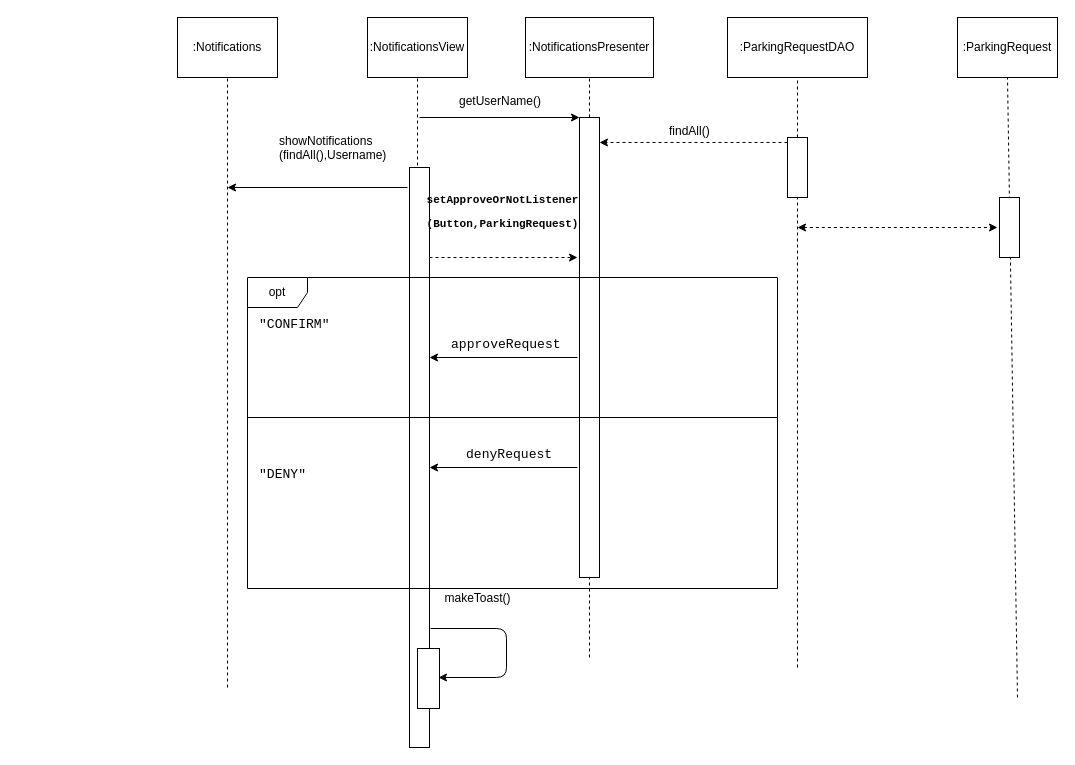
ntinouldinho/Parking-App keeps this draw.io diagram as R4_Diagrams/Sequence Diagrams/ParkingRequestNotifSD.drawio. Above is the earlier version. Source tidied: cells renumbered, new cells numbered last; positions are measured from the earlier drawing's top-left corner, leaving out a move shared by most shapes. Both pictures are drawn from the tidied source at 100%, with x=0, y=0 at pixel (177, 17).
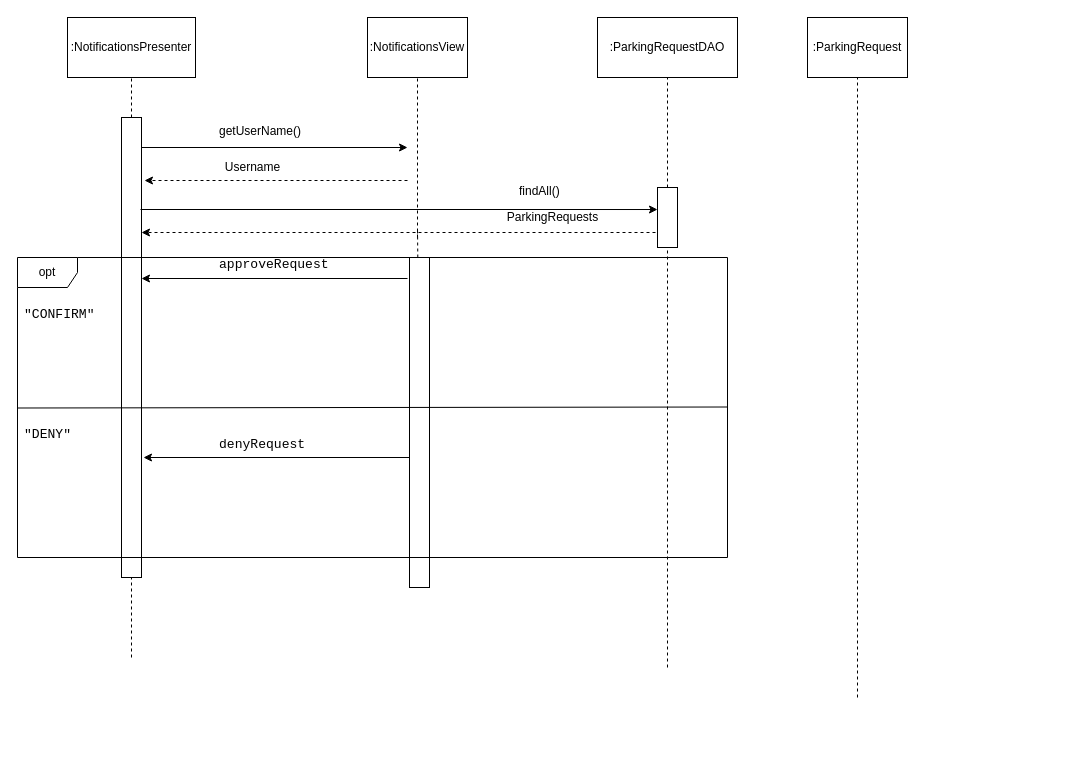
After the change.

Diff of the diagram source:
```diff
@@
-    <mxCell id="2" value=":Notifications" style="rounded=0;whiteSpace=wrap;html=1;" parent="1" vertex="1">
-      <mxGeometry width="100" height="60" as="geometry" />
-    </mxCell>
-    <mxCell id="3" style="endArrow=none;dashed=1;html=1;entryX=0.5;entryY=1;entryDx=0;entryDy=0;" parent="1" edge="1" target="2">
-      <mxGeometry relative="1" as="geometry">
-        <mxPoint x="50" y="670" as="sourcePoint" />
-      </mxGeometry>
-    </mxCell>
     <mxCell id="4" value=":NotificationsPresenter" style="rounded=0;whiteSpace=wrap;html=1;" parent="1" vertex="1">
-      <mxGeometry x="348" width="128" height="60" as="geometry" />
+      <mxGeometry x="-110" width="128" height="60" as="geometry" />
     </mxCell>
@@
     <mxCell id="8" value="getUserName()" style="text;html=1;" parent="1" vertex="1">
-      <mxGeometry x="280" y="70" width="110" height="30" as="geometry" />
+      <mxGeometry x="40" y="100" width="110" height="30" as="geometry" />
     </mxCell>
-    <mxCell id="9" style="endArrow=classic;html=1;dashed=1;" parent="1" edge="1">
-      <mxGeometry relative="1" as="geometry">
-        <mxPoint x="622" y="125" as="sourcePoint" />
-        <mxPoint x="422" y="125" as="targetPoint" />
-      </mxGeometry>
-    </mxCell>
-    <mxCell id="10" value="findAll()" style="text;html=1;" parent="1" vertex="1">
-      <mxGeometry x="490" y="100" width="40" height="30" as="geometry" />
-    </mxCell>
     <mxCell id="11" style="rounded=0;whiteSpace=wrap;html=1;" parent="1" vertex="1">
-      <mxGeometry x="402" y="100" width="20" height="460" as="geometry" />
+      <mxGeometry x="-56" y="100" width="20" height="460" as="geometry" />
     </mxCell>
     <mxCell id="12" style="endArrow=none;dashed=1;html=1;entryX=0.5;entryY=1;entryDx=0;entryDy=0;" parent="1" edge="1" target="11">
       <mxGeometry relative="1" as="geometry">
-        <mxPoint x="412" y="640" as="sourcePoint" />
+        <mxPoint x="-46" y="640" as="sourcePoint" />
       </mxGeometry>
     </mxCell>
@@
     <mxCell id="14" value=":ParkingRequest" style="rounded=0;whiteSpace=wrap;html=1;" parent="1" vertex="1">
-      <mxGeometry x="780" width="100" height="60" as="geometry" />
+      <mxGeometry x="630" width="100" height="60" as="geometry" />
     </mxCell>
     <mxCell id="15" style="endArrow=none;dashed=1;html=1;entryX=0.5;entryY=1;entryDx=0;entryDy=0;" parent="1" edge="1" target="14">
       <mxGeometry relative="1" as="geometry">
-        <mxPoint x="840" y="680" as="sourcePoint" />
+        <mxPoint x="680" y="680" as="sourcePoint" />
       </mxGeometry>
     </mxCell>
     <mxCell id="16" value=":ParkingRequestDAO" style="rounded=0;whiteSpace=wrap;html=1;" parent="1" vertex="1">
-      <mxGeometry x="550" width="140" height="60" as="geometry" />
+      <mxGeometry x="420" width="140" height="60" as="geometry" />
     </mxCell>
@@
-    <mxCell id="18" style="endArrow=classic;startArrow=classic;html=1;dashed=1;" parent="1" edge="1">
-      <mxGeometry relative="1" as="geometry">
-        <mxPoint x="620" y="210" as="sourcePoint" />
-        <mxPoint x="820" y="210" as="targetPoint" />
-      </mxGeometry>
-    </mxCell>
-    <mxCell id="19" value="showNotifications&lt;br&gt;(findAll(),Username)" style="text;html=1;" parent="1" vertex="1">
-      <mxGeometry x="100" y="110" width="110" height="30" as="geometry" />
-    </mxCell>
     <mxCell id="20" style="rounded=0;whiteSpace=wrap;html=1;" parent="1" vertex="1">
-      <mxGeometry x="610" y="120" width="20" height="60" as="geometry" />
+      <mxGeometry x="480" y="170" width="20" height="60" as="geometry" />
     </mxCell>
     <mxCell id="21" style="endArrow=none;dashed=1;html=1;entryX=0.5;entryY=1;entryDx=0;entryDy=0;" parent="1" edge="1" target="20">
       <mxGeometry relative="1" as="geometry">
-        <mxPoint x="620" y="650" as="sourcePoint" />
+        <mxPoint x="490" y="650" as="sourcePoint" />
       </mxGeometry>
     </mxCell>
-    <mxCell id="22" style="rounded=0;whiteSpace=wrap;html=1;" parent="1" vertex="1">
-      <mxGeometry x="822" y="180" width="20" height="60" as="geometry" />
-    </mxCell>
     <mxCell id="23" style="rounded=0;whiteSpace=wrap;html=1;" parent="1" vertex="1">
-      <mxGeometry x="232" y="150" width="20" height="580" as="geometry" />
+      <mxGeometry x="232" y="240" width="20" height="330" as="geometry" />
     </mxCell>
     <mxCell id="24" value="opt" style="shape=umlFrame;whiteSpace=wrap;html=1;" parent="1" vertex="1">
-      <mxGeometry x="70" y="260" width="530" height="311" as="geometry" />
+      <mxGeometry x="-160" y="240" width="710" height="300" as="geometry" />
     </mxCell>
     <mxCell id="25" style="endArrow=classic;html=1;" parent="1" edge="1">
       <mxGeometry relative="1" as="geometry">
-        <mxPoint x="242" y="100" as="sourcePoint" />
-        <mxPoint x="402" y="100" as="targetPoint" />
+        <mxPoint x="-36" y="130" as="sourcePoint" />
+        <mxPoint x="230" y="130" as="targetPoint" />
       </mxGeometry>
     </mxCell>
-    <mxCell id="26" style="endArrow=classic;html=1;" parent="1" edge="1">
-      <mxGeometry relative="1" as="geometry">
-        <mxPoint x="230" y="170" as="sourcePoint" />
-        <mxPoint x="50" y="170" as="targetPoint" />
-      </mxGeometry>
-    </mxCell>
-    <mxCell id="27" style="endArrow=classic;html=1;dashed=1;" parent="1" edge="1">
-      <mxGeometry relative="1" as="geometry">
-        <mxPoint x="252" y="240" as="sourcePoint" />
-        <mxPoint x="400" y="240" as="targetPoint" />
-      </mxGeometry>
-    </mxCell>
-    <mxCell id="28" value="&lt;pre style=&quot;font-family: &amp;#34;consolas&amp;#34; ; font-size: 9.8pt&quot;&gt;&quot;CONFIRM&quot;&lt;/pre&gt;" style="text;whiteSpace=wrap;html=1;" parent="1" vertex="1">
-      <mxGeometry x="80" y="280" width="90" height="60" as="geometry" />
-    </mxCell>
-    <mxCell id="29" value="&lt;pre style=&quot;font-family: &amp;#34;consolas&amp;#34; ; font-size: 9.8pt&quot;&gt;approveRequest&lt;/pre&gt;" style="text;whiteSpace=wrap;html=1;" parent="1" vertex="1">
-      <mxGeometry x="272" y="300" width="130" height="60" as="geometry" />
-    </mxCell>
-    <mxCell id="30" style="endArrow=classic;html=1;entryX=1;entryY=0.5;entryDx=0;entryDy=0;" parent="1" edge="1">
-      <mxGeometry relative="1" as="geometry">
-        <mxPoint x="253" y="611" as="sourcePoint" />
-        <mxPoint x="261" y="660" as="targetPoint" />
-        <Array as="points">
-          <mxPoint x="329" y="611" />
-          <mxPoint x="329" y="660" />
-        </Array>
-      </mxGeometry>
-    </mxCell>
-    <mxCell id="31" style="rounded=0;whiteSpace=wrap;html=1;" parent="1" vertex="1">
-      <mxGeometry x="240" y="631" width="22" height="60" as="geometry" />
-    </mxCell>
-    <mxCell id="32" value="makeToast()" style="text;html=1;align=center;verticalAlign=middle;" parent="1" vertex="1">
-      <mxGeometry x="260" y="571" width="80" height="20" as="geometry" />
-    </mxCell>
     <mxCell id="33" value="&lt;pre style=&quot;font-family: &amp;#34;consolas&amp;#34; ; font-size: 9.8pt&quot;&gt;&quot;DENY&quot;&lt;/pre&gt;" style="text;whiteSpace=wrap;html=1;" parent="1" vertex="1">
-      <mxGeometry x="80" y="430" width="70" height="60" as="geometry" />
+      <mxGeometry x="-155" y="390" width="70" height="60" as="geometry" />
     </mxCell>
-    <mxCell id="34" style="endArrow=classic;html=1;" parent="1" edge="1">
+    <mxCell id="34" style="endArrow=classic;html=1;dashed=1;entryX=1;entryY=0.25;entryDx=0;entryDy=0;" parent="1" edge="1" target="11">
       <mxGeometry relative="1" as="geometry">
-        <mxPoint x="400" y="340" as="sourcePoint" />
-        <mxPoint x="252" y="340" as="targetPoint" />
+        <mxPoint x="478" y="215" as="sourcePoint" />
       </mxGeometry>
     </mxCell>
-    <mxCell id="35" style="endArrow=classic;html=1;" parent="1" edge="1">
-      <mxGeometry relative="1" as="geometry">
-        <mxPoint x="400" y="450" as="sourcePoint" />
-        <mxPoint x="252" y="450" as="targetPoint" />
-      </mxGeometry>
-    </mxCell>
     <mxCell id="36" value="&lt;pre style=&quot;font-family: &amp;#34;consolas&amp;#34; ; font-size: 9.8pt&quot;&gt;denyRequest&lt;/pre&gt;" style="text;whiteSpace=wrap;html=1;" parent="1" vertex="1">
-      <mxGeometry x="287" y="410" width="100" height="60" as="geometry" />
+      <mxGeometry x="40" y="400" width="100" height="60" as="geometry" />
     </mxCell>
     <mxCell id="37" style="endArrow=none;html=1;" parent="1" edge="1">
       <mxGeometry relative="1" as="geometry">
-        <mxPoint x="70" y="400" as="sourcePoint" />
-        <mxPoint x="600" y="400" as="targetPoint" />
+        <mxPoint x="-160" y="390.5" as="sourcePoint" />
+        <mxPoint x="550" y="389.5" as="targetPoint" />
       </mxGeometry>
     </mxCell>
-    <mxCell id="38" value="&lt;pre style=&quot;text-align: left ; font-family: &amp;#34;consolas&amp;#34; ; font-size: 11px&quot;&gt;&lt;b&gt;&lt;font style=&quot;font-size: 11px&quot;&gt;setApproveOrNotListener&lt;/font&gt;&lt;/b&gt;&lt;/pre&gt;&lt;pre style=&quot;text-align: left ; font-family: &amp;#34;consolas&amp;#34; ; font-size: 11px&quot;&gt;&lt;b&gt;&lt;font style=&quot;font-size: 11px&quot;&gt;(Button,ParkingRequest)&lt;/font&gt;&lt;/b&gt;&lt;/pre&gt;" style="text;html=1;align=center;verticalAlign=middle;" parent="1" vertex="1">
-      <mxGeometry x="250" y="160" width="150" height="70" as="geometry" />
-    </mxCell>
+    <mxCell id="39" style="endArrow=classic;html=1;dashed=1;" parent="1" edge="1">
+      <mxGeometry relative="1" as="geometry">
+        <mxPoint x="230" y="163" as="sourcePoint" />
+        <mxPoint x="-33" y="163" as="targetPoint" />
+      </mxGeometry>
+    </mxCell>
+    <mxCell id="40" style="endArrow=classic;html=1;entryX=0;entryY=0.367;entryDx=0;entryDy=0;entryPerimeter=0;" parent="1" edge="1" target="20">
+      <mxGeometry relative="1" as="geometry">
+        <mxPoint x="-37" y="192" as="sourcePoint" />
+      </mxGeometry>
+    </mxCell>
+    <mxCell id="10" value="findAll()" style="text;html=1;" parent="1" vertex="1">
+      <mxGeometry x="340" y="160" width="40" height="30" as="geometry" />
+    </mxCell>
+    <mxCell id="41" value="Username" style="text;html=1;align=center;verticalAlign=middle;" parent="1" vertex="1">
+      <mxGeometry x="40" y="140" width="70" height="20" as="geometry" />
+    </mxCell>
+    <mxCell id="42" value="ParkingRequests" style="text;html=1;align=center;verticalAlign=middle;" parent="1" vertex="1">
+      <mxGeometry x="320" y="190" width="110" height="20" as="geometry" />
+    </mxCell>
+    <mxCell id="29" value="&lt;pre style=&quot;font-family: &amp;#34;consolas&amp;#34; ; font-size: 9.8pt&quot;&gt;approveRequest&lt;/pre&gt;" style="text;whiteSpace=wrap;html=1;" parent="1" vertex="1">
+      <mxGeometry x="40" y="220" width="130" height="60" as="geometry" />
+    </mxCell>
+    <mxCell id="43" style="endArrow=classic;html=1;" parent="1" edge="1">
+      <mxGeometry relative="1" as="geometry">
+        <mxPoint x="230" y="261" as="sourcePoint" />
+        <mxPoint x="-36" y="261" as="targetPoint" />
+      </mxGeometry>
+    </mxCell>
+    <mxCell id="44" style="endArrow=classic;html=1;" parent="1" edge="1">
+      <mxGeometry relative="1" as="geometry">
+        <mxPoint x="232" y="440" as="sourcePoint" />
+        <mxPoint x="-34" y="440" as="targetPoint" />
+      </mxGeometry>
+    </mxCell>
+    <mxCell id="28" value="&lt;pre style=&quot;font-family: &amp;#34;consolas&amp;#34; ; font-size: 9.8pt&quot;&gt;&quot;CONFIRM&quot;&lt;/pre&gt;" style="text;whiteSpace=wrap;html=1;" parent="1" vertex="1">
+      <mxGeometry x="-155" y="270" width="70" height="60" as="geometry" />
+    </mxCell>
```
